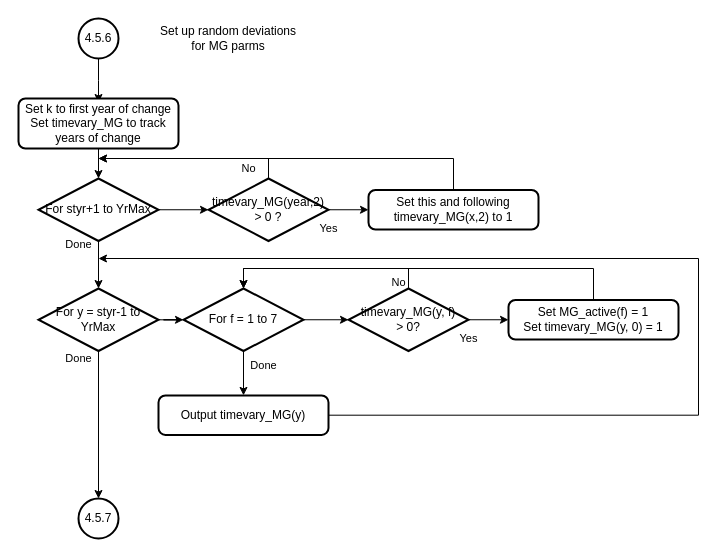
Above: readControl_4-5-6.drawio in nmfs-ost/ss3-flowcharts (draw.io), before the change. Source tidied: cells renumbered, new cells numbered last; positions are measured from the earlier drawing's top-left corner, leaving out a move shared by most shapes. Both pictures are drawn from the tidied source at 100%, with x=0, y=0 at pixel (18, 18).
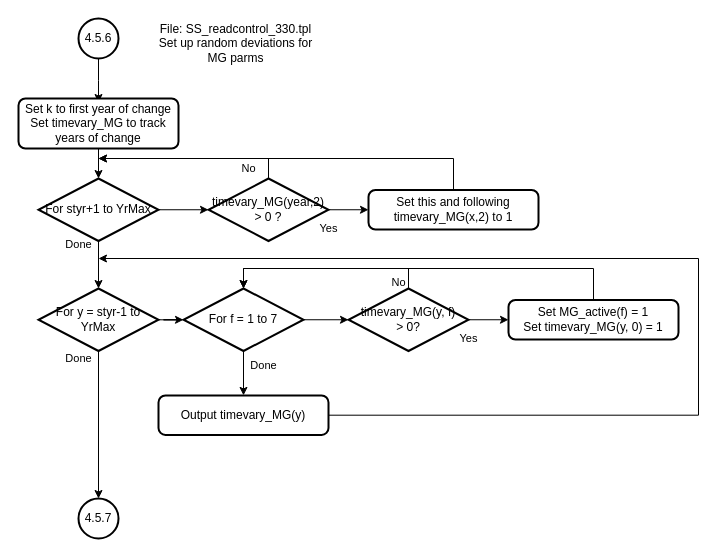
After the change.

What changed in the source:
```diff
@@
-    <mxCell id="4" value="Set up random deviations for MG parms" style="text;html=1;strokeColor=none;fillColor=none;align=center;verticalAlign=middle;whiteSpace=wrap;rounded=0;" parent="1" vertex="1">
-      <mxGeometry x="135" width="150" height="40" as="geometry" />
+    <mxCell id="4" value="File: SS_readcontrol_330.tpl&lt;br&gt;Set up random deviations for MG parms" style="text;html=1;strokeColor=none;fillColor=none;align=center;verticalAlign=middle;whiteSpace=wrap;rounded=0;" parent="1" vertex="1">
+      <mxGeometry x="130" width="175" height="50" as="geometry" />
     </mxCell>
```
